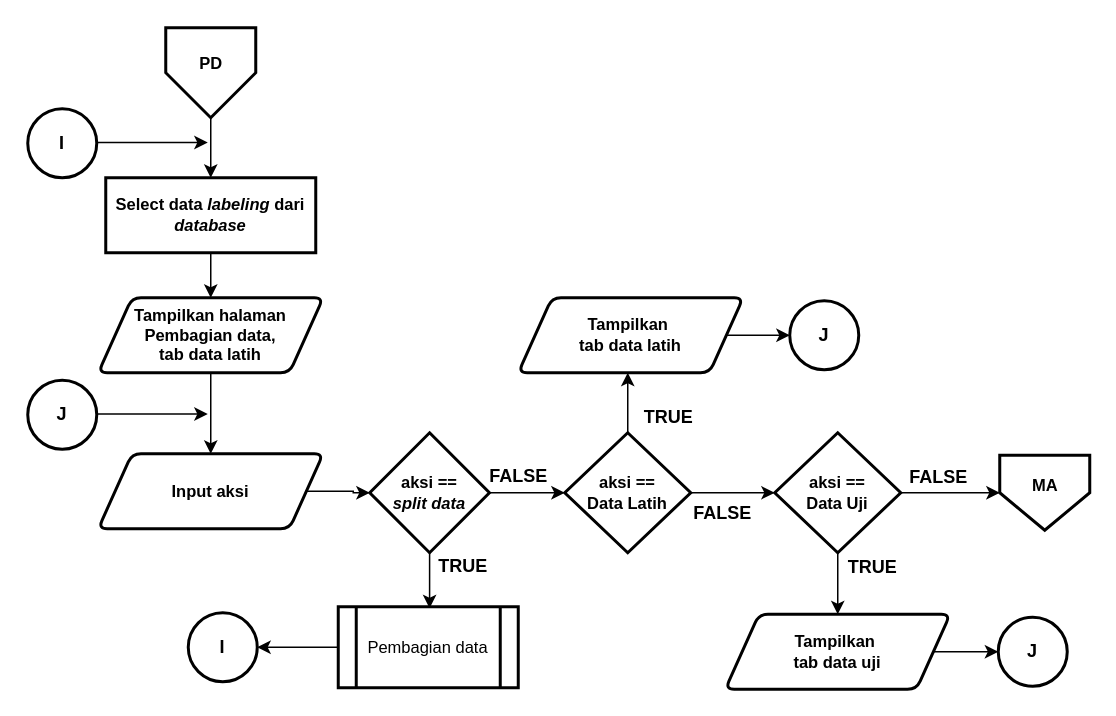
muspriandi/TextMining-SentimentAnalysis keeps this draw.io diagram as Dokumen TA/Paper/Flowchart/Flowchart menu pembagian data.drawio. Above is the earlier version. Source tidied: cells renumbered, new cells numbered last; positions are measured from the earlier drawing's top-left corner, leaving out a move shared by most shapes. Both pictures are drawn from the tidied source at 150%, with x=0, y=0 at pixel (27, 27).
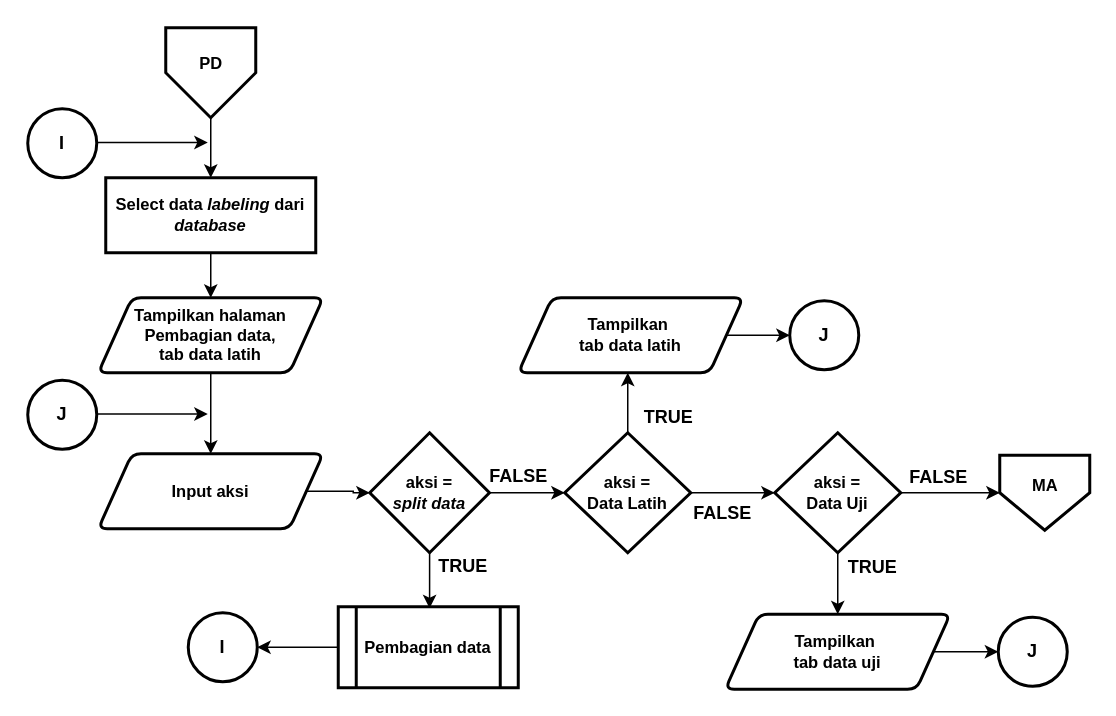
After the change.

What changed in the source:
```diff
@@
-    <mxCell id="21" value="&lt;b style=&quot;font-size: 11px&quot;&gt;&lt;font style=&quot;font-size: 11px&quot;&gt;aksi == &lt;br&gt;&lt;i&gt;split data&lt;/i&gt;&lt;br&gt;&lt;/font&gt;&lt;/b&gt;" style="rhombus;whiteSpace=wrap;html=1;strokeWidth=2;fontSize=11;" parent="1" vertex="1">
+    <mxCell id="21" value="&lt;b style=&quot;font-size: 11px&quot;&gt;&lt;font style=&quot;font-size: 11px&quot;&gt;aksi =&lt;br&gt;&lt;i&gt;split data&lt;/i&gt;&lt;br&gt;&lt;/font&gt;&lt;/b&gt;" style="rhombus;whiteSpace=wrap;html=1;strokeWidth=2;fontSize=11;" parent="1" vertex="1">
       <mxGeometry x="228" y="270" width="79.8" height="80" as="geometry" />
     </mxCell>
@@
-    <mxCell id="25" value="&lt;b style=&quot;font-size: 11px&quot;&gt;&lt;font style=&quot;font-size: 11px&quot;&gt;aksi == &lt;br&gt;Data Latih&lt;br&gt;&lt;/font&gt;&lt;/b&gt;" style="rhombus;whiteSpace=wrap;html=1;strokeWidth=2;fontSize=11;" parent="1" vertex="1">
+    <mxCell id="25" value="&lt;b style=&quot;font-size: 11px&quot;&gt;&lt;font style=&quot;font-size: 11px&quot;&gt;aksi = &lt;br&gt;Data Latih&lt;br&gt;&lt;/font&gt;&lt;/b&gt;" style="rhombus;whiteSpace=wrap;html=1;strokeWidth=2;fontSize=11;" parent="1" vertex="1">
       <mxGeometry x="358" y="270" width="84" height="80" as="geometry" />
     </mxCell>
@@
-    <mxCell id="36" value="&lt;b style=&quot;font-size: 11px&quot;&gt;&lt;font style=&quot;font-size: 11px&quot;&gt;aksi == &lt;br&gt;Data Uji&lt;br&gt;&lt;/font&gt;&lt;/b&gt;" style="rhombus;whiteSpace=wrap;html=1;strokeWidth=2;fontSize=11;" parent="1" vertex="1">
+    <mxCell id="36" value="&lt;b style=&quot;font-size: 11px&quot;&gt;&lt;font style=&quot;font-size: 11px&quot;&gt;aksi = &lt;br&gt;Data Uji&lt;br&gt;&lt;/font&gt;&lt;/b&gt;" style="rhombus;whiteSpace=wrap;html=1;strokeWidth=2;fontSize=11;" parent="1" vertex="1">
       <mxGeometry x="498" y="270" width="84" height="80" as="geometry" />
     </mxCell>
@@
-    <mxCell id="48" value="Pembagian data" style="shape=process;whiteSpace=wrap;html=1;backgroundOutline=1;strokeWidth=2;fontSize=11;" parent="1" vertex="1">
+    <mxCell id="48" value="Pembagian data" style="shape=process;whiteSpace=wrap;html=1;backgroundOutline=1;strokeWidth=2;fontSize=11;fontStyle=1;" parent="1" vertex="1">
       <mxGeometry x="207" y="386" width="120" height="54" as="geometry" />
     </mxCell>
```
